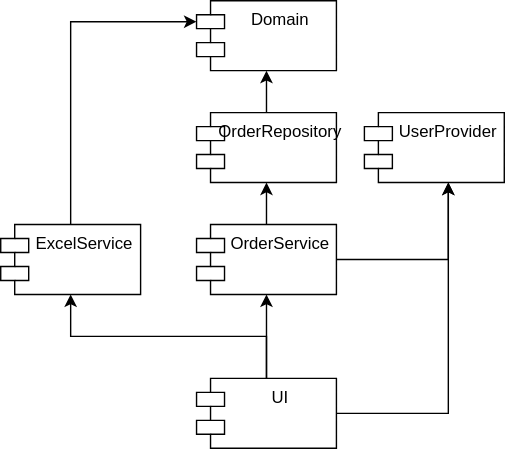
for7raid/orders-demo keeps this draw.io diagram as readme/architecture.svg. Above is the earlier version. Source tidied: cells renumbered, new cells last; positions are measured from the earlier drawing's top-left corner, leaving out a move shared by most shapes. Source of this version:
```xml
<mxGraphModel>
  <root>
    <mxCell id="0" />
    <mxCell id="1" parent="0" />
    <mxCell id="2" value="Domain" style="shape=module;align=left;spacingLeft=20;align=center;verticalAlign=top;" parent="1" vertex="1">
      <mxGeometry x="140" width="100" height="50" as="geometry" />
    </mxCell>
    <mxCell id="3" style="edgeStyle=orthogonalEdgeStyle;rounded=0;jettySize=auto;html=1;exitX=0.5;exitY=0;exitDx=0;exitDy=0;entryX=0.5;entryY=1;entryDx=0;entryDy=0;" parent="1" edge="1" source="4" target="2">
      <mxGeometry relative="1" as="geometry" />
    </mxCell>
    <mxCell id="4" value="OrderRepository" style="shape=module;align=left;spacingLeft=20;align=center;verticalAlign=top;" parent="1" vertex="1">
      <mxGeometry x="140" y="80" width="100" height="50" as="geometry" />
    </mxCell>
    <mxCell id="5" style="edgeStyle=orthogonalEdgeStyle;rounded=0;jettySize=auto;html=1;exitX=0.5;exitY=0;exitDx=0;exitDy=0;entryX=0.5;entryY=1;entryDx=0;entryDy=0;" parent="1" edge="1" source="7" target="4">
      <mxGeometry relative="1" as="geometry" />
    </mxCell>
    <mxCell id="6" style="edgeStyle=orthogonalEdgeStyle;rounded=0;jettySize=auto;html=1;exitX=1;exitY=0.5;exitDx=0;exitDy=0;entryX=0.6;entryY=1;entryDx=0;entryDy=0;entryPerimeter=0;" parent="1" edge="1" source="7" target="8">
      <mxGeometry relative="1" as="geometry" />
    </mxCell>
    <mxCell id="7" value="OrderService" style="shape=module;align=left;spacingLeft=20;align=center;verticalAlign=top;" parent="1" vertex="1">
      <mxGeometry x="140" y="160" width="100" height="50" as="geometry" />
    </mxCell>
    <mxCell id="8" value="UserProvider" style="shape=module;align=left;spacingLeft=20;align=center;verticalAlign=top;" parent="1" vertex="1">
      <mxGeometry x="260" y="80" width="100" height="50" as="geometry" />
    </mxCell>
    <mxCell id="9" style="edgeStyle=orthogonalEdgeStyle;rounded=0;jettySize=auto;html=1;exitX=0.5;exitY=0;exitDx=0;exitDy=0;entryX=0.5;entryY=1;entryDx=0;entryDy=0;" parent="1" edge="1" source="12" target="7">
      <mxGeometry relative="1" as="geometry" />
    </mxCell>
    <mxCell id="10" style="edgeStyle=orthogonalEdgeStyle;rounded=0;jettySize=auto;html=1;exitX=0.5;exitY=0;exitDx=0;exitDy=0;entryX=0.5;entryY=1;entryDx=0;entryDy=0;" parent="1" edge="1" source="12" target="14">
      <mxGeometry relative="1" as="geometry" />
    </mxCell>
    <mxCell id="11" style="edgeStyle=orthogonalEdgeStyle;rounded=0;jettySize=auto;html=1;exitX=1;exitY=0.5;exitDx=0;exitDy=0;entryX=0.6;entryY=1;entryDx=0;entryDy=0;entryPerimeter=0;" parent="1" edge="1" source="12" target="8">
      <mxGeometry relative="1" as="geometry" />
    </mxCell>
    <mxCell id="12" value="UI" style="shape=module;align=left;spacingLeft=20;align=center;verticalAlign=top;" parent="1" vertex="1">
      <mxGeometry x="140" y="270" width="100" height="50" as="geometry" />
    </mxCell>
    <mxCell id="13" style="edgeStyle=orthogonalEdgeStyle;rounded=0;jettySize=auto;html=1;exitX=0.5;exitY=0;exitDx=0;exitDy=0;entryX=0;entryY=0;entryDx=0;entryDy=15;entryPerimeter=0;" parent="1" edge="1" source="14" target="2">
      <mxGeometry relative="1" as="geometry" />
    </mxCell>
    <mxCell id="14" value="ExcelService" style="shape=module;align=left;spacingLeft=20;align=center;verticalAlign=top;" parent="1" vertex="1">
      <mxGeometry y="160" width="100" height="50" as="geometry" />
    </mxCell>
  </root>
</mxGraphModel>
```
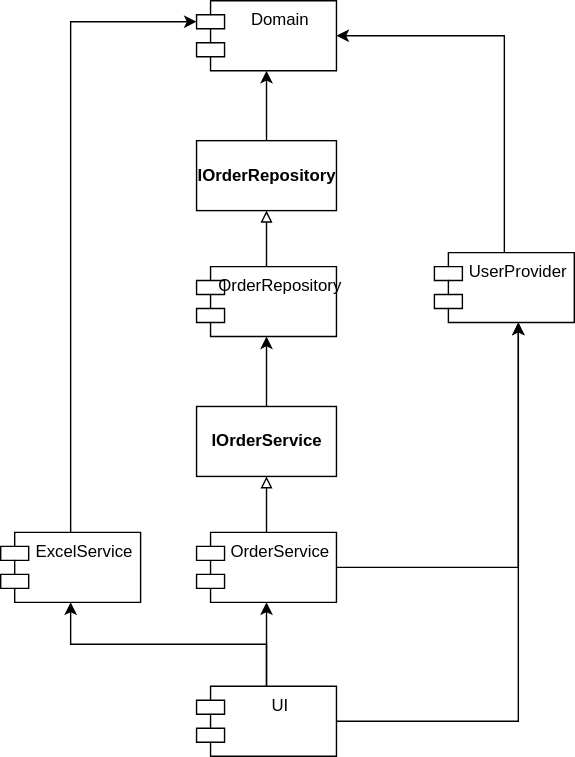
Later version of the same file.

What changed in the source:
```diff
@@ -3,25 +3,28 @@
     <mxCell id="0" />
     <mxCell id="1" parent="0" />
     <mxCell id="2" value="Domain" style="shape=module;align=left;spacingLeft=20;align=center;verticalAlign=top;" parent="1" vertex="1">
-      <mxGeometry x="140" width="100" height="50" as="geometry" />
+      <mxGeometry x="140" y="-100" width="100" height="50" as="geometry" />
     </mxCell>
-    <mxCell id="3" style="edgeStyle=orthogonalEdgeStyle;rounded=0;jettySize=auto;html=1;exitX=0.5;exitY=0;exitDx=0;exitDy=0;entryX=0.5;entryY=1;entryDx=0;entryDy=0;" parent="1" edge="1" source="4" target="2">
-      <mxGeometry relative="1" as="geometry" />
-    </mxCell>
+    <mxCell id="15" style="edgeStyle=orthogonalEdgeStyle;rounded=0;jettySize=auto;html=1;exitX=0.5;exitY=0;exitDx=0;exitDy=0;entryX=0.5;entryY=1;entryDx=0;entryDy=0;endArrow=block;endFill=0;" parent="1" edge="1" source="4" target="21">
+      <mxGeometry relative="1" as="geometry" />
+    </mxCell>
     <mxCell id="4" value="OrderRepository" style="shape=module;align=left;spacingLeft=20;align=center;verticalAlign=top;" parent="1" vertex="1">
-      <mxGeometry x="140" y="80" width="100" height="50" as="geometry" />
+      <mxGeometry x="140" y="90" width="100" height="50" as="geometry" />
     </mxCell>
-    <mxCell id="5" style="edgeStyle=orthogonalEdgeStyle;rounded=0;jettySize=auto;html=1;exitX=0.5;exitY=0;exitDx=0;exitDy=0;entryX=0.5;entryY=1;entryDx=0;entryDy=0;" parent="1" edge="1" source="7" target="4">
-      <mxGeometry relative="1" as="geometry" />
-    </mxCell>
     <mxCell id="6" style="edgeStyle=orthogonalEdgeStyle;rounded=0;jettySize=auto;html=1;exitX=1;exitY=0.5;exitDx=0;exitDy=0;entryX=0.6;entryY=1;entryDx=0;entryDy=0;entryPerimeter=0;" parent="1" edge="1" source="7" target="8">
       <mxGeometry relative="1" as="geometry" />
     </mxCell>
+    <mxCell id="16" style="edgeStyle=orthogonalEdgeStyle;rounded=0;jettySize=auto;html=1;exitX=0.5;exitY=0;exitDx=0;exitDy=0;entryX=0.5;entryY=1;entryDx=0;entryDy=0;endArrow=block;endFill=0;" parent="1" edge="1" source="7" target="19">
+      <mxGeometry relative="1" as="geometry" />
+    </mxCell>
     <mxCell id="7" value="OrderService" style="shape=module;align=left;spacingLeft=20;align=center;verticalAlign=top;" parent="1" vertex="1">
-      <mxGeometry x="140" y="160" width="100" height="50" as="geometry" />
+      <mxGeometry x="140" y="280" width="100" height="50" as="geometry" />
     </mxCell>
+    <mxCell id="17" style="edgeStyle=orthogonalEdgeStyle;rounded=0;jettySize=auto;html=1;exitX=0.5;exitY=0;exitDx=0;exitDy=0;entryX=1;entryY=0.5;entryDx=0;entryDy=0;endArrow=classic;endFill=1;" parent="1" edge="1" source="8" target="2">
+      <mxGeometry relative="1" as="geometry" />
+    </mxCell>
     <mxCell id="8" value="UserProvider" style="shape=module;align=left;spacingLeft=20;align=center;verticalAlign=top;" parent="1" vertex="1">
-      <mxGeometry x="260" y="80" width="100" height="50" as="geometry" />
+      <mxGeometry x="310" y="80" width="100" height="50" as="geometry" />
     </mxCell>
     <mxCell id="9" style="edgeStyle=orthogonalEdgeStyle;rounded=0;jettySize=auto;html=1;exitX=0.5;exitY=0;exitDx=0;exitDy=0;entryX=0.5;entryY=1;entryDx=0;entryDy=0;" parent="1" edge="1" source="12" target="7">
       <mxGeometry relative="1" as="geometry" />
@@ -33,13 +36,25 @@
       <mxGeometry relative="1" as="geometry" />
     </mxCell>
     <mxCell id="12" value="UI" style="shape=module;align=left;spacingLeft=20;align=center;verticalAlign=top;" parent="1" vertex="1">
-      <mxGeometry x="140" y="270" width="100" height="50" as="geometry" />
+      <mxGeometry x="140" y="390" width="100" height="50" as="geometry" />
     </mxCell>
     <mxCell id="13" style="edgeStyle=orthogonalEdgeStyle;rounded=0;jettySize=auto;html=1;exitX=0.5;exitY=0;exitDx=0;exitDy=0;entryX=0;entryY=0;entryDx=0;entryDy=15;entryPerimeter=0;" parent="1" edge="1" source="14" target="2">
       <mxGeometry relative="1" as="geometry" />
     </mxCell>
     <mxCell id="14" value="ExcelService" style="shape=module;align=left;spacingLeft=20;align=center;verticalAlign=top;" parent="1" vertex="1">
-      <mxGeometry y="160" width="100" height="50" as="geometry" />
+      <mxGeometry y="280" width="100" height="50" as="geometry" />
     </mxCell>
+    <mxCell id="18" style="edgeStyle=orthogonalEdgeStyle;rounded=0;jettySize=auto;html=1;exitX=0.5;exitY=0;exitDx=0;exitDy=0;entryX=0.5;entryY=1;entryDx=0;entryDy=0;endArrow=classic;endFill=1;" parent="1" edge="1" source="19" target="4">
+      <mxGeometry relative="1" as="geometry" />
+    </mxCell>
+    <mxCell id="19" value="&lt;b&gt;IOrderService&lt;/b&gt;" style="html=1;" parent="1" vertex="1">
+      <mxGeometry x="140" y="190" width="100" height="50" as="geometry" />
+    </mxCell>
+    <mxCell id="20" style="edgeStyle=orthogonalEdgeStyle;rounded=0;jettySize=auto;html=1;exitX=0.5;exitY=0;exitDx=0;exitDy=0;entryX=0.5;entryY=1;entryDx=0;entryDy=0;endArrow=classic;endFill=1;" parent="1" edge="1" source="21" target="2">
+      <mxGeometry relative="1" as="geometry" />
+    </mxCell>
+    <mxCell id="21" value="&lt;b&gt;IOrderRepository&lt;/b&gt;" style="html=1;" parent="1" vertex="1">
+      <mxGeometry x="140" width="100" height="50" as="geometry" />
+    </mxCell>
   </root>
 </mxGraphModel>
```
